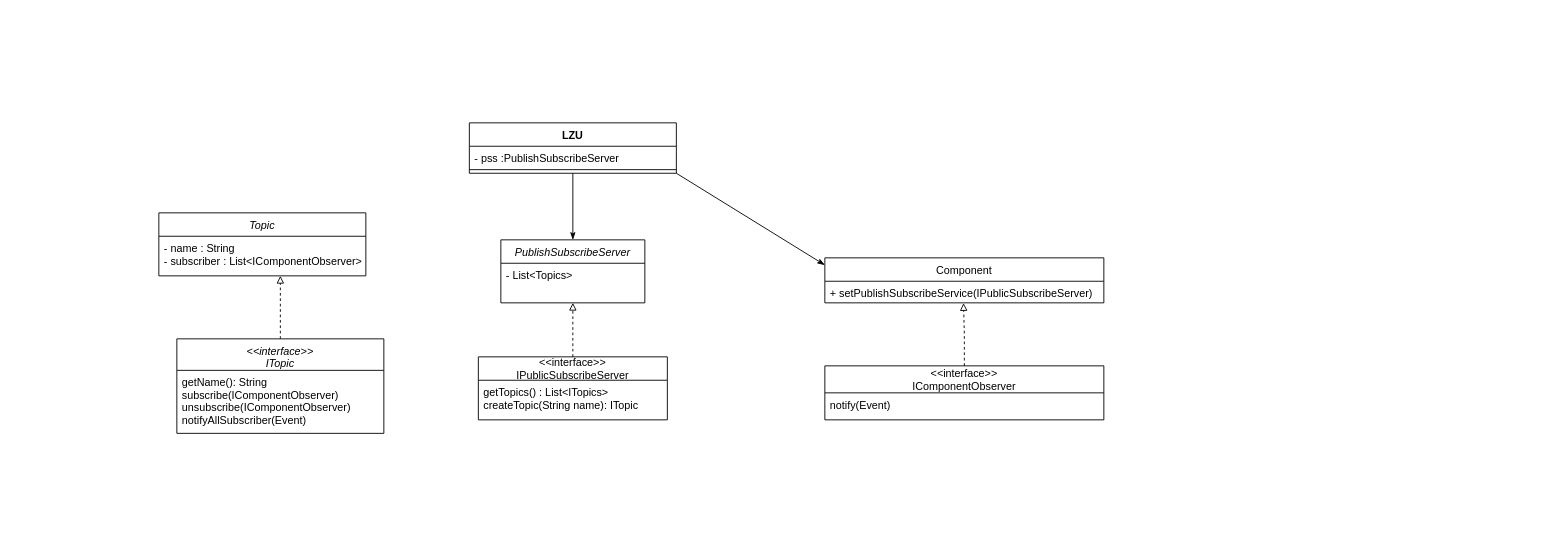
phillm2s/OOKA keeps this draw.io diagram as Klassendiagramm_PublishSubscribeServer.drawio. Above is the earlier version. Source tidied: cells renumbered, new cells numbered last; positions are measured from the earlier drawing's top-left corner, leaving out a move shared by most shapes. Both pictures are drawn from the tidied source at 90%, with x=0, y=0 at pixel (158, 122).
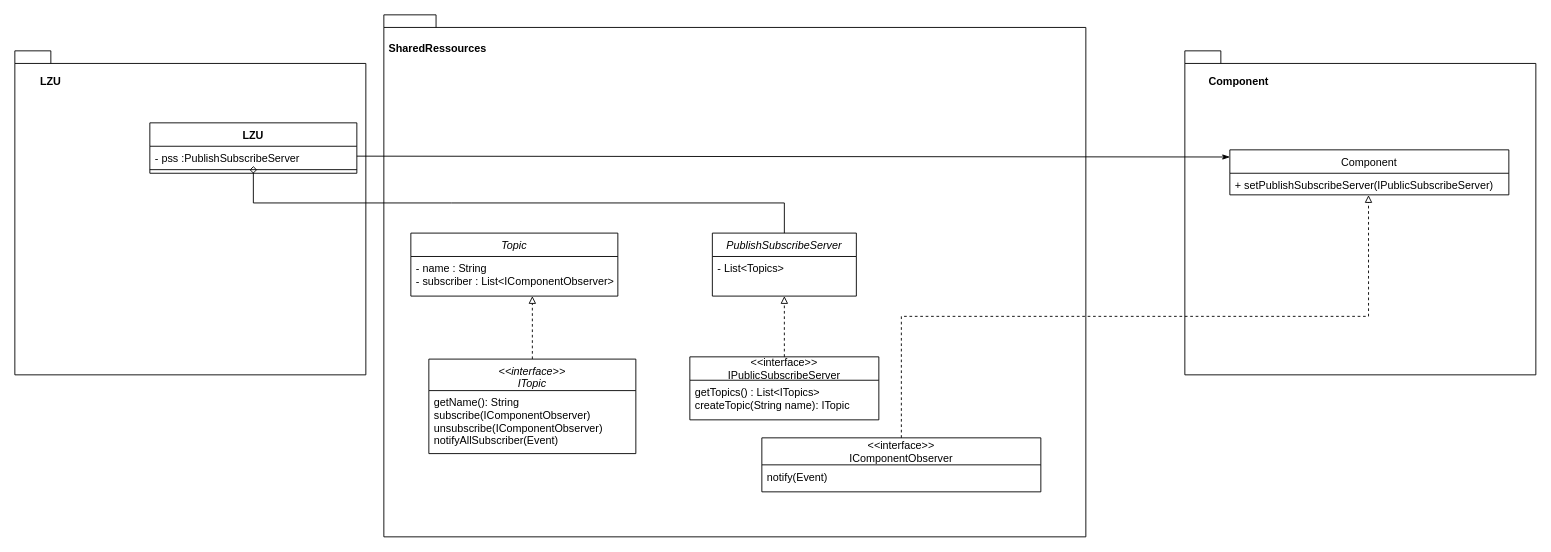
After the change.

The change refers to these unchanged cells:
```xml
<mxCell id="18" value="- pss :PublishSubscribeServer" style="text;strokeColor=none;fillColor=none;align=left;verticalAlign=top;spacingLeft=4;spacingRight=4;overflow=hidden;points=[[0,0.5],[1,0.5]];portConstraint=eastwest;" parent="17" vertex="1">
  <mxGeometry y="26" width="230" height="22" as="geometry" />
</mxCell>
```

What changed in the source:
```diff
@@
+    <mxCell id="22" style="shape=folder;fontStyle=1;spacingTop=10;tabWidth=40;tabHeight=14;tabPosition=left;html=1;" parent="1" vertex="1">
+      <mxGeometry x="1140" y="-80" width="390" height="360" as="geometry" />
+    </mxCell>
+    <mxCell id="23" style="shape=folder;fontStyle=1;spacingTop=10;tabWidth=40;tabHeight=14;tabPosition=left;html=1;" parent="1" vertex="1">
+      <mxGeometry x="250" y="-120" width="780" height="580" as="geometry" />
+    </mxCell>
+    <mxCell id="24" style="shape=folder;fontStyle=1;spacingTop=10;tabWidth=40;tabHeight=14;tabPosition=left;html=1;" parent="1" vertex="1">
+      <mxGeometry x="-160" y="-80" width="390" height="360" as="geometry" />
+    </mxCell>
     <mxCell id="2" value="PublishSubscribeServer" style="swimlane;fontStyle=2;align=center;verticalAlign=top;horizontal=1;startSize=26;rounded=0;shadow=0;strokeWidth=1;" parent="1" vertex="1">
-      <mxGeometry x="380" y="130" width="160" height="70" as="geometry" />
+      <mxGeometry x="615" y="122.5" width="160" height="70" as="geometry" />
     </mxCell>
@@
     <mxCell id="5" value="&lt;&lt;interface&gt;&gt;&#10;IPublicSubscribeServer" style="swimlane;fontStyle=0;horizontal=1;startSize=26;fillColor=none;" parent="1" vertex="1">
-      <mxGeometry x="355" y="260" width="210" height="70" as="geometry" />
+      <mxGeometry x="590" y="260" width="210" height="70" as="geometry" />
     </mxCell>
@@
     <mxCell id="7" value="Topic" style="swimlane;fontStyle=2;align=center;verticalAlign=top;horizontal=1;startSize=26;rounded=0;shadow=0;strokeWidth=1;" parent="1" vertex="1">
-      <mxGeometry y="100" width="230" height="70" as="geometry" />
+      <mxGeometry x="280" y="122.5" width="230" height="70" as="geometry" />
     </mxCell>
@@
     <mxCell id="10" value="&lt;&lt;interface&gt;&gt;&#10;ITopic" style="swimlane;fontStyle=2;align=center;verticalAlign=top;horizontal=1;startSize=35;rounded=0;shadow=0;strokeWidth=1;" parent="1" vertex="1">
-      <mxGeometry x="20" y="240" width="230" height="105" as="geometry" />
+      <mxGeometry x="300" y="262.5" width="230" height="105" as="geometry" />
     </mxCell>
@@
     <mxCell id="12" value="Component" style="swimlane;fontStyle=0;horizontal=1;startSize=26;fillColor=none;" parent="1" vertex="1">
-      <mxGeometry x="740" y="150" width="310" height="50" as="geometry" />
+      <mxGeometry x="1190" y="30" width="310" height="50" as="geometry" />
     </mxCell>
-    <mxCell id="13" value="+ setPublishSubscribeService(IPublicSubscribeServer)" style="text;strokeColor=none;fillColor=none;align=left;verticalAlign=top;spacingLeft=4;spacingRight=4;overflow=hidden;points=[[0,0.5],[1,0.5]];portConstraint=eastwest;" parent="12" vertex="1">
+    <mxCell id="13" value="+ setPublishSubscribeServer(IPublicSubscribeServer)" style="text;strokeColor=none;fillColor=none;align=left;verticalAlign=top;spacingLeft=4;spacingRight=4;overflow=hidden;points=[[0,0.5],[1,0.5]];portConstraint=eastwest;" parent="12" vertex="1">
       <mxGeometry y="26" width="310" height="24" as="geometry" />
     </mxCell>
@@
     <mxCell id="15" value="&lt;&lt;interface&gt;&gt;&#10;IComponentObserver" style="swimlane;fontStyle=0;horizontal=1;startSize=30;fillColor=none;" parent="1" vertex="1">
-      <mxGeometry x="740" y="270" width="310" height="60" as="geometry" />
+      <mxGeometry x="670" y="350" width="310" height="60" as="geometry" />
     </mxCell>
@@
     <mxCell id="17" value="LZU" style="swimlane;fontStyle=1;align=center;verticalAlign=top;horizontal=1;startSize=26;" parent="1" vertex="1">
-      <mxGeometry x="345" width="230" height="56" as="geometry" />
+      <mxGeometry x="-10" width="230" height="56" as="geometry" />
     </mxCell>
@@
-    <mxCell id="20" style="rounded=0;jettySize=auto;html=1;entryX=0;entryY=0.159;entryDx=0;entryDy=0;startArrow=none;startFill=0;endArrow=classicThin;endFill=1;exitX=1;exitY=1;exitDx=0;exitDy=0;entryPerimeter=0;" parent="1" edge="1" source="17" target="12">
+    <mxCell id="20" style="rounded=0;jettySize=auto;html=1;entryX=0;entryY=0.159;entryDx=0;entryDy=0;startArrow=none;startFill=0;endArrow=classicThin;endFill=1;exitX=1;exitY=0.5;exitDx=0;exitDy=0;entryPerimeter=0;" parent="1" edge="1" source="18" target="12">
       <mxGeometry relative="1" as="geometry" />
     </mxCell>
-    <mxCell id="21" style="edgeStyle=none;rounded=0;jettySize=auto;html=1;entryX=0.5;entryY=0;entryDx=0;entryDy=0;startArrow=none;startFill=0;endArrow=classicThin;endFill=1;exitX=0.5;exitY=1;exitDx=0;exitDy=0;" parent="1" edge="1" source="17" target="2">
-      <mxGeometry relative="1" as="geometry" />
-    </mxCell>
+    <mxCell id="25" style="edgeStyle=orthogonalEdgeStyle;rounded=0;jettySize=auto;html=1;entryX=0.5;entryY=0;entryDx=0;entryDy=0;endArrow=none;endFill=0;startArrow=diamond;startFill=0;" parent="1" edge="1" source="18" target="2">
+      <mxGeometry relative="1" as="geometry">
+        <Array as="points">
+          <mxPoint x="325" y="89" />
+          <mxPoint x="630" y="89" />
+        </Array>
+      </mxGeometry>
+    </mxCell>
+    <mxCell id="26" value="SharedRessources" style="text;align=center;fontStyle=1;verticalAlign=middle;spacingLeft=3;spacingRight=3;strokeColor=none;" parent="1" vertex="1">
+      <mxGeometry x="270" y="-96" width="80" height="26" as="geometry" />
+    </mxCell>
+    <mxCell id="27" value="LZU" style="text;align=center;fontStyle=1;verticalAlign=middle;spacingLeft=3;spacingRight=3;strokeColor=none;" parent="1" vertex="1">
+      <mxGeometry x="-160" y="-60" width="80" height="26" as="geometry" />
+    </mxCell>
+    <mxCell id="28" value="Component" style="text;align=center;fontStyle=1;verticalAlign=middle;spacingLeft=3;spacingRight=3;strokeColor=none;" parent="1" vertex="1">
+      <mxGeometry x="1160" y="-60" width="80" height="26" as="geometry" />
+    </mxCell>
```
